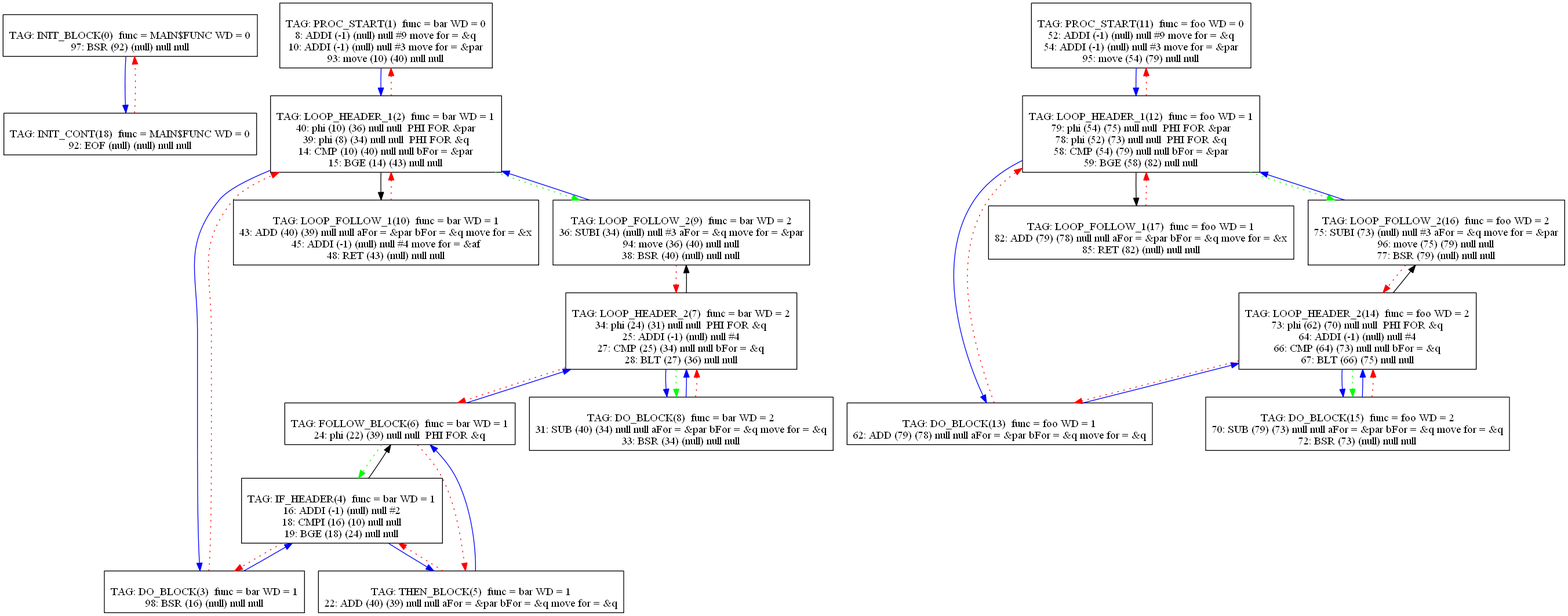
Before: Compiler/15graph.png, a diagram exported from Graphviz (mbajaj92/Project-Astoria). Its source is kept beside it as Compiler/15graph.dot.
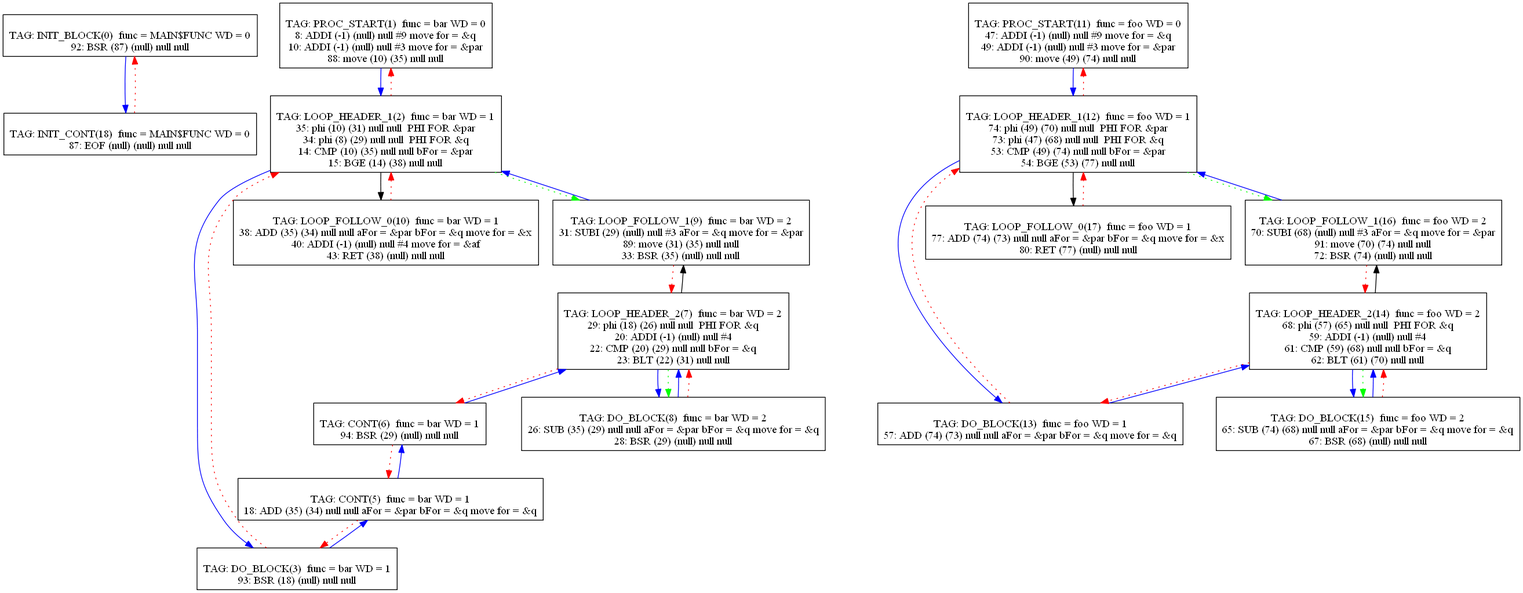
The same diagram one commit later.

Diff of the diagram source:
```diff
@@ -1,7 +1,7 @@
 digraph {
 0[label="
 TAG: INIT_BLOCK(0)  func = MAIN$FUNC WD = 0
-97: BSR (92) (null) null null
+92: BSR (87) (null) null null
 "];
 0[shape=box];
 0 -> 18[color=blue]
@@ -9,16 +9,16 @@
 TAG: PROC_START(1)  func = bar WD = 0
 8: ADDI (-1) (null) null #9 move for = &q
 10: ADDI (-1) (null) null #3 move for = &par
-93: move (10) (40) null null
+88: move (10) (35) null null
 "];
 1[shape=box];
 1 -> 2[color=blue]
 2[label="
 TAG: LOOP_HEADER_1(2)  func = bar WD = 1
-40: phi (10) (36) null null  PHI FOR &par
-39: phi (8) (34) null null  PHI FOR &q
-14: CMP (10) (40) null null bFor = &par
-15: BGE (14) (43) null null
+35: phi (10) (31) null null  PHI FOR &par
+34: phi (8) (29) null null  PHI FOR &q
+14: CMP (10) (35) null null bFor = &par
+15: BGE (14) (38) null null
 "];
 2[shape=box];
 2 -> 3[color=blue]
@@ -27,42 +27,31 @@
 2 -> 9[color=green][style=dotted]
 3[label="
 TAG: DO_BLOCK(3)  func = bar WD = 1
-98: BSR (16) (null) null null
+93: BSR (18) (null) null null
 "];
 3[shape=box];
-3 -> 4[color=blue]
+3 -> 5[color=blue]
 3 -> 2[color=red][style=dotted]
-4[label="
-TAG: IF_HEADER(4)  func = bar WD = 1
-16: ADDI (-1) (null) null #2
-18: CMPI (16) (10) null null
-19: BGE (18) (24) null null
-"];
-4[shape=box];
-4 -> 5[color=blue]
-4 -> 6[color=black]
-4 -> 3[color=red][style=dotted]
 5[label="
-TAG: THEN_BLOCK(5)  func = bar WD = 1
-22: ADD (40) (39) null null aFor = &par bFor = &q move for = &q
+TAG: CONT(5)  func = bar WD = 1
+18: ADD (35) (34) null null aFor = &par bFor = &q move for = &q
 "];
 5[shape=box];
 5 -> 6[color=blue]
-5 -> 4[color=red][style=dotted]
+5 -> 3[color=red][style=dotted]
 6[label="
-TAG: FOLLOW_BLOCK(6)  func = bar WD = 1
-24: phi (22) (39) null null  PHI FOR &q
+TAG: CONT(6)  func = bar WD = 1
+94: BSR (29) (null) null null
 "];
 6[shape=box];
 6 -> 7[color=blue]
 6 -> 5[color=red][style=dotted]
-6 -> 4[color=green][style=dotted]
 7[label="
 TAG: LOOP_HEADER_2(7)  func = bar WD = 2
-34: phi (24) (31) null null  PHI FOR &q
-25: ADDI (-1) (null) null #4
-27: CMP (25) (34) null null bFor = &q
-28: BLT (27) (36) null null
+29: phi (18) (26) null null  PHI FOR &q
+20: ADDI (-1) (null) null #4
+22: CMP (20) (29) null null bFor = &q
+23: BLT (22) (31) null null
 "];
 7[shape=box];
 7 -> 8[color=blue]
@@ -71,43 +60,43 @@
 7 -> 8[color=green][style=dotted]
 8[label="
 TAG: DO_BLOCK(8)  func = bar WD = 2
-31: SUB (40) (34) null null aFor = &par bFor = &q move for = &q
-33: BSR (34) (null) null null
+26: SUB (35) (29) null null aFor = &par bFor = &q move for = &q
+28: BSR (29) (null) null null
 "];
 8[shape=box];
 8 -> 7[color=blue]
 8 -> 7[color=red][style=dotted]
 9[label="
-TAG: LOOP_FOLLOW_2(9)  func = bar WD = 2
-36: SUBI (34) (null) null #3 aFor = &q move for = &par
-94: move (36) (40) null null
-38: BSR (40) (null) null null
+TAG: LOOP_FOLLOW_1(9)  func = bar WD = 2
+31: SUBI (29) (null) null #3 aFor = &q move for = &par
+89: move (31) (35) null null
+33: BSR (35) (null) null null
 "];
 9[shape=box];
 9 -> 2[color=blue]
 9 -> 7[color=red][style=dotted]
 10[label="
-TAG: LOOP_FOLLOW_1(10)  func = bar WD = 1
-43: ADD (40) (39) null null aFor = &par bFor = &q move for = &x
-45: ADDI (-1) (null) null #4 move for = &af
-48: RET (43) (null) null null
+TAG: LOOP_FOLLOW_0(10)  func = bar WD = 1
+38: ADD (35) (34) null null aFor = &par bFor = &q move for = &x
+40: ADDI (-1) (null) null #4 move for = &af
+43: RET (38) (null) null null
 "];
 10[shape=box];
 10 -> 2[color=red][style=dotted]
 11[label="
 TAG: PROC_START(11)  func = foo WD = 0
-52: ADDI (-1) (null) null #9 move for = &q
-54: ADDI (-1) (null) null #3 move for = &par
-95: move (54) (79) null null
+47: ADDI (-1) (null) null #9 move for = &q
+49: ADDI (-1) (null) null #3 move for = &par
+90: move (49) (74) null null
 "];
 11[shape=box];
 11 -> 12[color=blue]
 12[label="
 TAG: LOOP_HEADER_1(12)  func = foo WD = 1
-79: phi (54) (75) null null  PHI FOR &par
-78: phi (52) (73) null null  PHI FOR &q
-58: CMP (54) (79) null null bFor = &par
-59: BGE (58) (82) null null
+74: phi (49) (70) null null  PHI FOR &par
+73: phi (47) (68) null null  PHI FOR &q
+53: CMP (49) (74) null null bFor = &par
+54: BGE (53) (77) null null
 "];
 12[shape=box];
 12 -> 13[color=blue]
@@ -116,17 +105,17 @@
 12 -> 16[color=green][style=dotted]
 13[label="
 TAG: DO_BLOCK(13)  func = foo WD = 1
-62: ADD (79) (78) null null aFor = &par bFor = &q move for = &q
+57: ADD (74) (73) null null aFor = &par bFor = &q move for = &q
 "];
 13[shape=box];
 13 -> 14[color=blue]
 13 -> 12[color=red][style=dotted]
 14[label="
 TAG: LOOP_HEADER_2(14)  func = foo WD = 2
-73: phi (62) (70) null null  PHI FOR &q
-64: ADDI (-1) (null) null #4
-66: CMP (64) (73) null null bFor = &q
-67: BLT (66) (75) null null
+68: phi (57) (65) null null  PHI FOR &q
+59: ADDI (-1) (null) null #4
+61: CMP (59) (68) null null bFor = &q
+62: BLT (61) (70) null null
 "];
 14[shape=box];
 14 -> 15[color=blue]
@@ -135,31 +124,31 @@
 14 -> 15[color=green][style=dotted]
 15[label="
 TAG: DO_BLOCK(15)  func = foo WD = 2
-70: SUB (79) (73) null null aFor = &par bFor = &q move for = &q
-72: BSR (73) (null) null null
+65: SUB (74) (68) null null aFor = &par bFor = &q move for = &q
+67: BSR (68) (null) null null
 "];
 15[shape=box];
 15 -> 14[color=blue]
 15 -> 14[color=red][style=dotted]
 16[label="
-TAG: LOOP_FOLLOW_2(16)  func = foo WD = 2
-75: SUBI (73) (null) null #3 aFor = &q move for = &par
-96: move (75) (79) null null
-77: BSR (79) (null) null null
+TAG: LOOP_FOLLOW_1(16)  func = foo WD = 2
+70: SUBI (68) (null) null #3 aFor = &q move for = &par
+91: move (70) (74) null null
+72: BSR (74) (null) null null
 "];
 16[shape=box];
 16 -> 12[color=blue]
 16 -> 14[color=red][style=dotted]
 17[label="
-TAG: LOOP_FOLLOW_1(17)  func = foo WD = 1
-82: ADD (79) (78) null null aFor = &par bFor = &q move for = &x
-85: RET (82) (null) null null
+TAG: LOOP_FOLLOW_0(17)  func = foo WD = 1
+77: ADD (74) (73) null null aFor = &par bFor = &q move for = &x
+80: RET (77) (null) null null
 "];
 17[shape=box];
 17 -> 12[color=red][style=dotted]
 18[label="
 TAG: INIT_CONT(18)  func = MAIN$FUNC WD = 0
-92: EOF (null) (null) null null
+87: EOF (null) (null) null null
 "];
 18[shape=box];
 18 -> 0[color=red][style=dotted]
```
